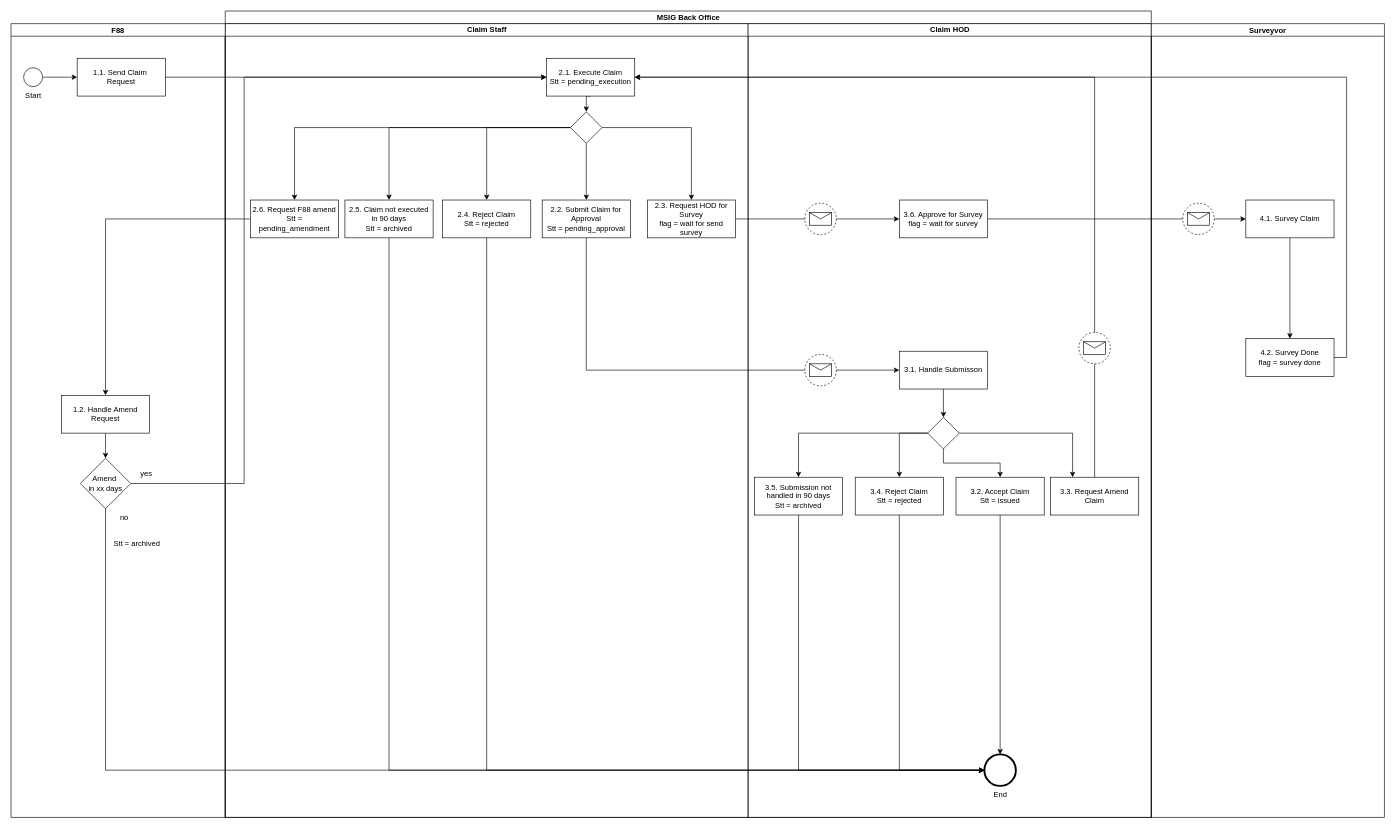
Earlier version of the draw.io diagram Copy of Untitled Diagram.drawio (Chris-25/Book). Source tidied: cells renumbered, new cells numbered last; positions are measured from the earlier drawing's top-left corner, leaving out a move shared by most shapes. Both pictures are drawn from the tidied source at 63%, with x=0, y=0 at pixel (11, 11).
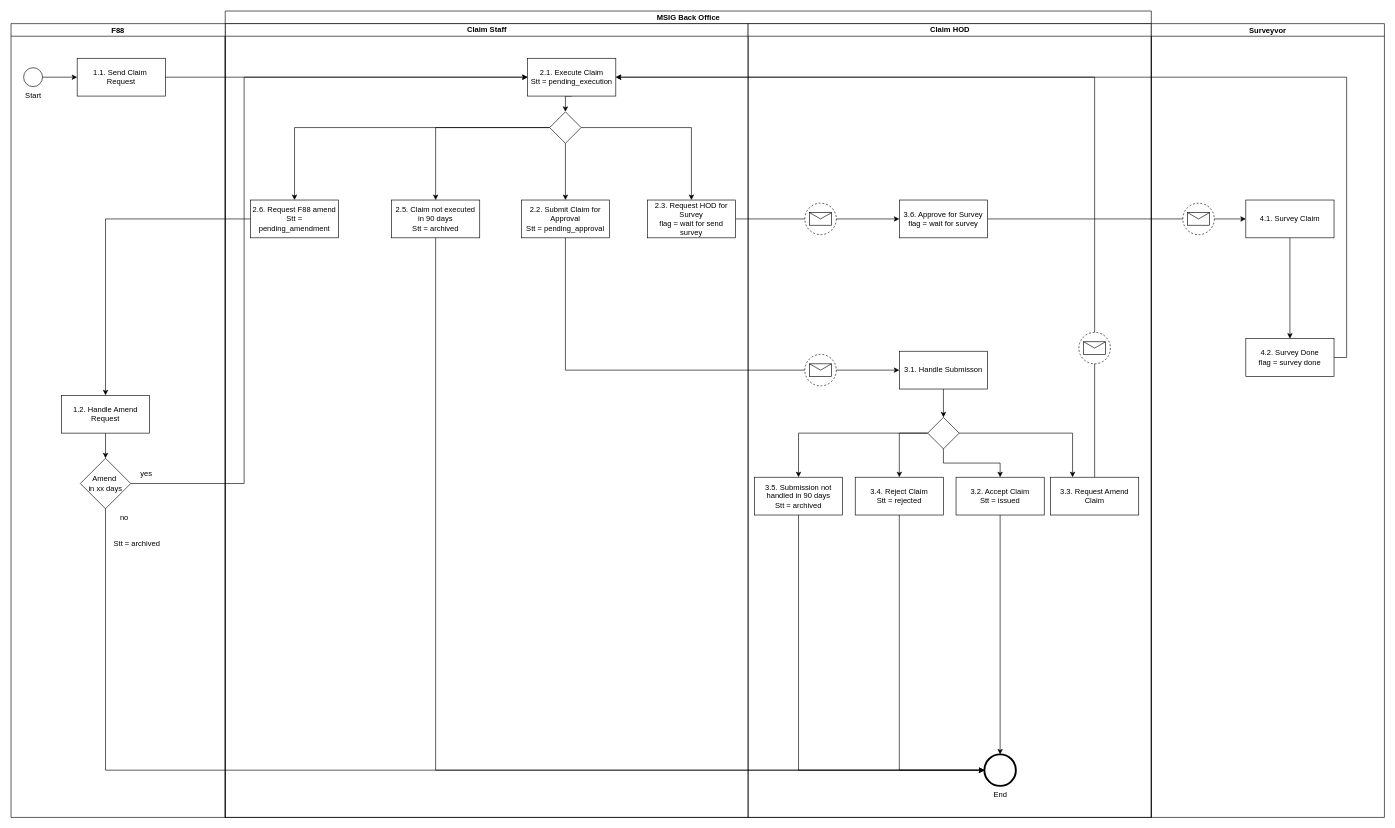
The same diagram, later.

The change refers to these unchanged cells:
```xml
<mxCell id="3" value="MSIG Back Office" style="swimlane;html=1;startSize=20;" parent="1" vertex="1">
  <mxGeometry x="340" width="1470" height="1280" as="geometry" />
</mxCell>
<mxCell id="7" value="Claim Staff" style="swimlane;html=1;startSize=20;" parent="3" vertex="1">
  <mxGeometry y="20" width="830" height="1260" as="geometry" />
</mxCell>
<mxCell id="39" value="End" style="points=[[0.145,0.145,0],[0.5,0,0],[0.855,0.145,0],[1,0.5,0],[0.855,0.855,0],[0.5,1,0],[0.145,0.855,0],[0,0.5,0]];shape=mxgraph.bpmn.event;html=1;verticalLabelPosition=bottom;labelBackgroundColor=#ffffff;verticalAlign=top;align=center;perimeter=ellipsePerimeter;outlineConnect=0;outline=end;symbol=terminate2;" parent="23" vertex="1">
  <mxGeometry x="375" y="1160" width="50" height="50" as="geometry" />
</mxCell>
```

Change to the diagram source:
```diff
@@
+    <mxCell id="22" style="edgeStyle=orthogonalEdgeStyle;rounded=0;jettySize=auto;html=1;exitX=0.5;exitY=1;exitDx=0;exitDy=0;entryX=0;entryY=0.5;entryDx=0;entryDy=0;entryPerimeter=0;" parent="3" edge="1" source="16" target="39">
+      <mxGeometry relative="1" as="geometry" />
+    </mxCell>
@@
     <mxCell id="9" value="2.1. Execute Claim&lt;br&gt;Stt = pending_execution" style="rounded=0;whiteSpace=wrap;html=1;" parent="7" vertex="1">
-      <mxGeometry x="510" y="55" width="140" height="60" as="geometry" />
+      <mxGeometry x="480" y="55" width="140" height="60" as="geometry" />
     </mxCell>
@@
-    <mxCell id="14" style="edgeStyle=orthogonalEdgeStyle;rounded=0;jettySize=auto;html=1;exitX=0;exitY=0.5;exitDx=0;exitDy=0;exitPerimeter=0;entryX=0.5;entryY=0;entryDx=0;entryDy=0;" parent="7" edge="1" source="15" target="17">
-      <mxGeometry relative="1" as="geometry" />
-    </mxCell>
     <mxCell id="15" style="points=[[0.25,0.25,0],[0.5,0,0],[0.75,0.25,0],[1,0.5,0],[0.75,0.75,0],[0.5,1,0],[0.25,0.75,0],[0,0.5,0]];shape=mxgraph.bpmn.gateway2;html=1;verticalLabelPosition=bottom;labelBackgroundColor=#ffffff;verticalAlign=top;align=center;perimeter=rhombusPerimeter;outlineConnect=0;outline=none;symbol=none;" parent="7" vertex="1">
-      <mxGeometry x="548.1" y="140" width="50" height="50" as="geometry" />
+      <mxGeometry x="515" y="140" width="50" height="50" as="geometry" />
     </mxCell>
     <mxCell id="16" value="2.5. Claim not executed &lt;br&gt;in 90 days&lt;br&gt;Stt = archived" style="rounded=0;whiteSpace=wrap;html=1;" parent="7" vertex="1">
-      <mxGeometry x="190" y="280" width="140" height="60" as="geometry" />
+      <mxGeometry x="264" y="280" width="140" height="60" as="geometry" />
     </mxCell>
-    <mxCell id="17" value="2.4. Reject Claim&lt;br&gt;Stt = rejected" style="rounded=0;whiteSpace=wrap;html=1;" parent="7" vertex="1">
-      <mxGeometry x="345" y="280" width="140" height="60" as="geometry" />
-    </mxCell>
@@
     <mxCell id="20" value="2.2. Submit Claim for Approval&lt;br&gt;Stt = pending_approval" style="rounded=0;whiteSpace=wrap;html=1;" parent="7" vertex="1">
-      <mxGeometry x="503.1" y="280" width="140" height="60" as="geometry" />
+      <mxGeometry x="470" y="280" width="140" height="60" as="geometry" />
     </mxCell>
-    <mxCell id="21" style="edgeStyle=orthogonalEdgeStyle;rounded=0;jettySize=auto;html=1;exitX=0.5;exitY=1;exitDx=0;exitDy=0;entryX=0;entryY=0.5;entryDx=0;entryDy=0;entryPerimeter=0;" parent="3" edge="1" source="17" target="39">
-      <mxGeometry relative="1" as="geometry" />
-    </mxCell>
-    <mxCell id="22" style="edgeStyle=orthogonalEdgeStyle;rounded=0;jettySize=auto;html=1;exitX=0.5;exitY=1;exitDx=0;exitDy=0;entryX=0;entryY=0.5;entryDx=0;entryDy=0;entryPerimeter=0;" parent="3" edge="1" source="16" target="39">
-      <mxGeometry relative="1" as="geometry" />
-    </mxCell>
-    <mxCell id="23" value="Claim HOD" style="swimlane;html=1;startSize=20;" parent="3" vertex="1">
+    <mxCell id="23" value="Claim HOD" style="swimlane;html=1;startSize=20;gradientColor=none;" parent="3" vertex="1">
       <mxGeometry x="830" y="20" width="640" height="1260" as="geometry" />
     </mxCell>
```
